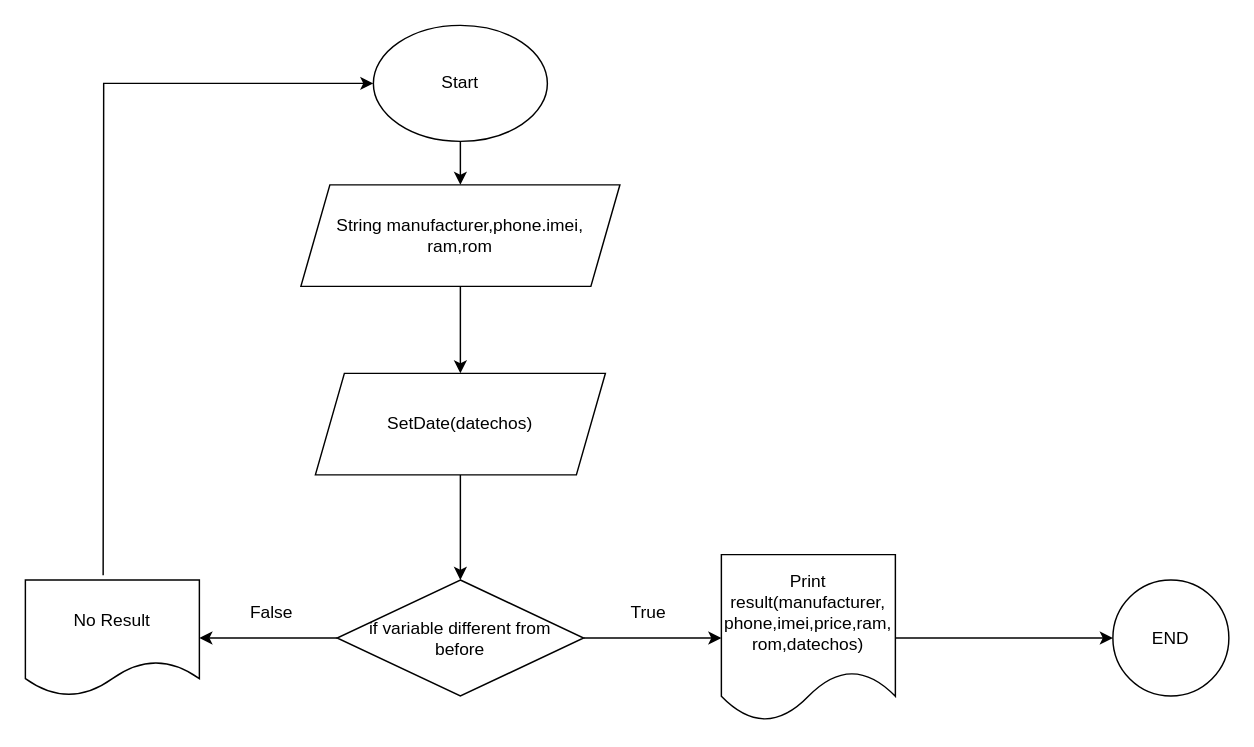
khanh8603/khanh8603 keeps this draw.io diagram as new update.drawio. Above is the earlier version. Source tidied: cells renumbered, new cells numbered last; positions are measured from the earlier drawing's top-left corner, leaving out a move shared by most shapes. Both pictures are drawn from the tidied source at 145%, with x=0, y=0 at pixel (25, 25).
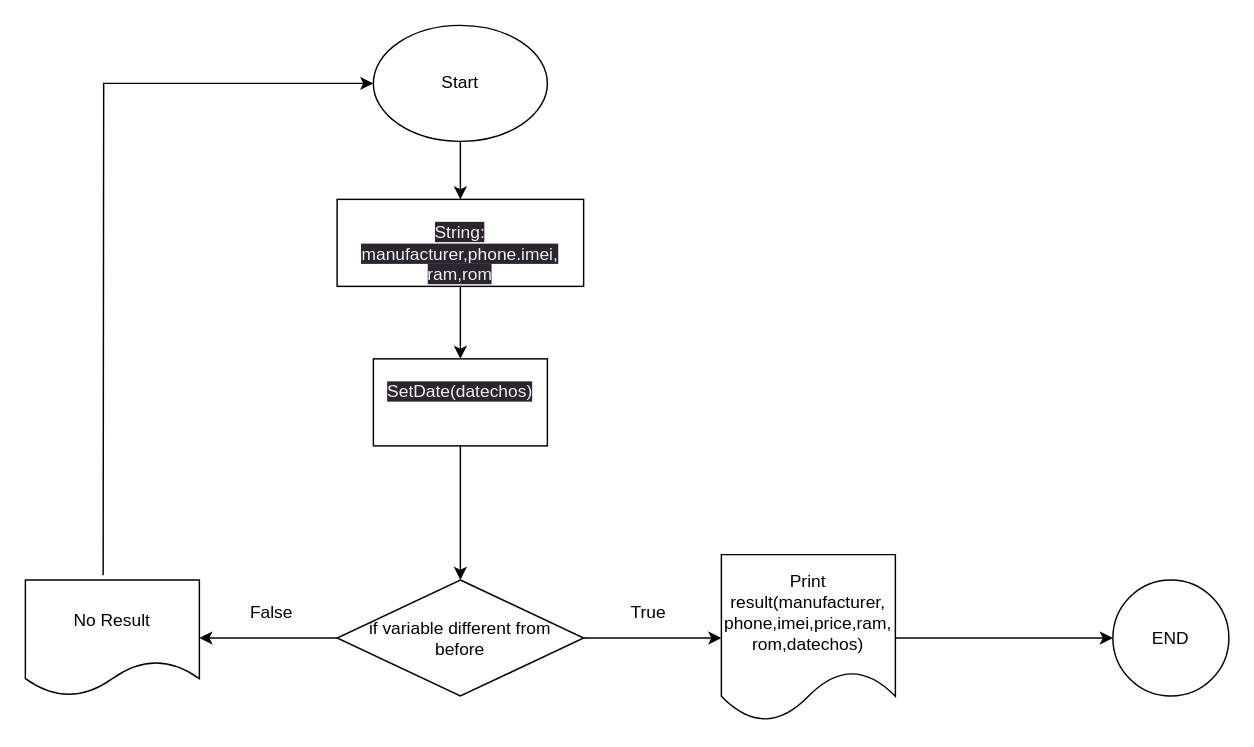
The same diagram, later.

Commit message:
Cập nhật new update.drawio

Change to the diagram source:
```diff
@@
 <mxGraphModel>
   <root>
     <mxCell id="0" />
     <mxCell id="1" parent="0" />
-    <mxCell id="2" style="edgeStyle=orthogonalEdgeStyle;rounded=0;jettySize=auto;html=1;" parent="1" edge="1" source="3" target="5">
+    <mxCell id="2" style="edgeStyle=orthogonalEdgeStyle;rounded=0;jettySize=auto;html=1;entryX=0.5;entryY=0;entryDx=0;entryDy=0;" parent="1" edge="1" source="3" target="18">
       <mxGeometry relative="1" as="geometry" />
     </mxCell>
     <mxCell id="3" value="Start" style="ellipse;whiteSpace=wrap;html=1;" parent="1" vertex="1">
       <mxGeometry x="240" width="120" height="80" as="geometry" />
     </mxCell>
-    <mxCell id="4" style="edgeStyle=orthogonalEdgeStyle;rounded=0;jettySize=auto;html=1;" parent="1" edge="1" source="5" target="7">
+    <mxCell id="4" style="edgeStyle=orthogonalEdgeStyle;rounded=0;jettySize=auto;html=1;exitX=0.5;exitY=1;exitDx=0;exitDy=0;entryX=0.5;entryY=0;entryDx=0;entryDy=0;" parent="1" edge="1" source="18" target="7">
       <mxGeometry relative="1" as="geometry" />
     </mxCell>
-    <mxCell id="5" value="String manufacturer,phone.imei,&lt;br&gt;ram,rom" style="shape=parallelogram;perimeter=parallelogramPerimeter;whiteSpace=wrap;html=1;fixedSize=1;" parent="1" vertex="1">
-      <mxGeometry x="190" y="110" width="220" height="70" as="geometry" />
-    </mxCell>
-    <mxCell id="6" style="edgeStyle=orthogonalEdgeStyle;rounded=0;jettySize=auto;html=1;" parent="1" edge="1" source="7" target="8">
+    <mxCell id="6" style="edgeStyle=orthogonalEdgeStyle;rounded=0;jettySize=auto;html=1;exitX=0.5;exitY=1;exitDx=0;exitDy=0;" parent="1" edge="1" source="7" target="8">
       <mxGeometry relative="1" as="geometry" />
     </mxCell>
-    <mxCell id="7" value="SetDate(datechos)" style="shape=parallelogram;perimeter=parallelogramPerimeter;whiteSpace=wrap;html=1;fixedSize=1;" parent="1" vertex="1">
-      <mxGeometry x="200" y="240" width="200" height="70" as="geometry" />
-    </mxCell>
     <mxCell id="8" value="if variable different from&lt;br&gt;before" style="rhombus;whiteSpace=wrap;html=1;" parent="1" vertex="1">
       <mxGeometry x="215" y="382.5" width="170" height="80" as="geometry" />
     </mxCell>
     <mxCell id="9" style="endArrow=classic;html=1;rounded=0;exitX=1;exitY=0.5;exitDx=0;exitDy=0;entryX=0;entryY=0.5;entryDx=0;entryDy=0;" parent="1" edge="1" source="8" target="10">
       <mxGeometry relative="1" as="geometry" />
     </mxCell>
     <mxCell id="10" value="Print result(manufacturer,&lt;br&gt;phone,imei,price,ram,&lt;br&gt;rom,datechos)" style="shape=document;whiteSpace=wrap;html=1;boundedLbl=1;" parent="1" vertex="1">
       <mxGeometry x="480" y="365" width="120" height="115" as="geometry" />
     </mxCell>
     <mxCell id="11" value="END" style="ellipse;whiteSpace=wrap;html=1;" parent="1" vertex="1">
       <mxGeometry x="750" y="382.5" width="80" height="80" as="geometry" />
     </mxCell>
     <mxCell id="12" style="endArrow=classic;html=1;rounded=0;exitX=1;exitY=0.5;exitDx=0;exitDy=0;entryX=0;entryY=0.5;entryDx=0;entryDy=0;" parent="1" edge="1" source="10" target="11">
       <mxGeometry relative="1" as="geometry" />
     </mxCell>
     <mxCell id="13" style="endArrow=classic;html=1;rounded=0;exitX=0;exitY=0.5;exitDx=0;exitDy=0;entryX=1;entryY=0.5;entryDx=0;entryDy=0;" parent="1" edge="1" source="8" target="14">
       <mxGeometry relative="1" as="geometry" />
     </mxCell>
     <mxCell id="14" value="No Result" style="shape=document;whiteSpace=wrap;html=1;boundedLbl=1;" parent="1" vertex="1">
       <mxGeometry y="382.5" width="120" height="80" as="geometry" />
     </mxCell>
     <mxCell id="15" style="endArrow=classic;html=1;rounded=0;exitX=0.447;exitY=-0.042;exitDx=0;exitDy=0;exitPerimeter=0;entryX=0;entryY=0.5;entryDx=0;entryDy=0;" parent="1" edge="1" source="14" target="3">
       <mxGeometry relative="1" as="geometry">
         <Array as="points">
           <mxPoint x="54" y="40" />
         </Array>
       </mxGeometry>
     </mxCell>
     <mxCell id="16" value="True" style="text;html=1;strokeColor=none;fillColor=none;align=center;verticalAlign=middle;whiteSpace=wrap;rounded=0;" parent="1" vertex="1">
       <mxGeometry x="400" y="390" width="60" height="30" as="geometry" />
     </mxCell>
     <mxCell id="17" value="False" style="text;html=1;strokeColor=none;fillColor=none;align=center;verticalAlign=middle;whiteSpace=wrap;rounded=0;" parent="1" vertex="1">
       <mxGeometry x="140" y="390" width="60" height="30" as="geometry" />
     </mxCell>
+    <mxCell id="18" value="&lt;br&gt;&lt;span style=&quot;color: rgb(240, 240, 240); font-family: Helvetica; font-size: 12px; font-style: normal; font-variant-ligatures: normal; font-variant-caps: normal; font-weight: 400; letter-spacing: normal; orphans: 2; text-align: center; text-indent: 0px; text-transform: none; widows: 2; word-spacing: 0px; -webkit-text-stroke-width: 0px; background-color: rgb(42, 37, 47); text-decoration-thickness: initial; text-decoration-style: initial; text-decoration-color: initial; float: none; display: inline !important;&quot;&gt;String: manufacturer,phone.imei,&lt;/span&gt;&lt;br style=&quot;border-color: rgb(0, 0, 0); color: rgb(240, 240, 240); font-family: Helvetica; font-size: 12px; font-style: normal; font-variant-ligatures: normal; font-variant-caps: normal; font-weight: 400; letter-spacing: normal; orphans: 2; text-align: center; text-indent: 0px; text-transform: none; widows: 2; word-spacing: 0px; -webkit-text-stroke-width: 0px; background-color: rgb(42, 37, 47); text-decoration-thickness: initial; text-decoration-style: initial; text-decoration-color: initial;&quot;&gt;&lt;span style=&quot;color: rgb(240, 240, 240); font-family: Helvetica; font-size: 12px; font-style: normal; font-variant-ligatures: normal; font-variant-caps: normal; font-weight: 400; letter-spacing: normal; orphans: 2; text-align: center; text-indent: 0px; text-transform: none; widows: 2; word-spacing: 0px; -webkit-text-stroke-width: 0px; background-color: rgb(42, 37, 47); text-decoration-thickness: initial; text-decoration-style: initial; text-decoration-color: initial; float: none; display: inline !important;&quot;&gt;ram,rom&lt;/span&gt;&lt;br&gt;" style="rounded=0;whiteSpace=wrap;html=1;" parent="1" vertex="1">
+      <mxGeometry x="215" y="120" width="170" height="60" as="geometry" />
+    </mxCell>
+    <mxCell id="7" value="&#10;&lt;span style=&quot;color: rgb(240, 240, 240); font-family: Helvetica; font-size: 12px; font-style: normal; font-variant-ligatures: normal; font-variant-caps: normal; font-weight: 400; letter-spacing: normal; orphans: 2; text-align: center; text-indent: 0px; text-transform: none; widows: 2; word-spacing: 0px; -webkit-text-stroke-width: 0px; background-color: rgb(42, 37, 47); text-decoration-thickness: initial; text-decoration-style: initial; text-decoration-color: initial; float: none; display: inline !important;&quot;&gt;SetDate(datechos)&lt;/span&gt;&#10;&#10;" style="rounded=0;whiteSpace=wrap;html=1;" parent="1" vertex="1">
+      <mxGeometry x="240" y="230" width="120" height="60" as="geometry" />
+    </mxCell>
   </root>
 </mxGraphModel>
```
